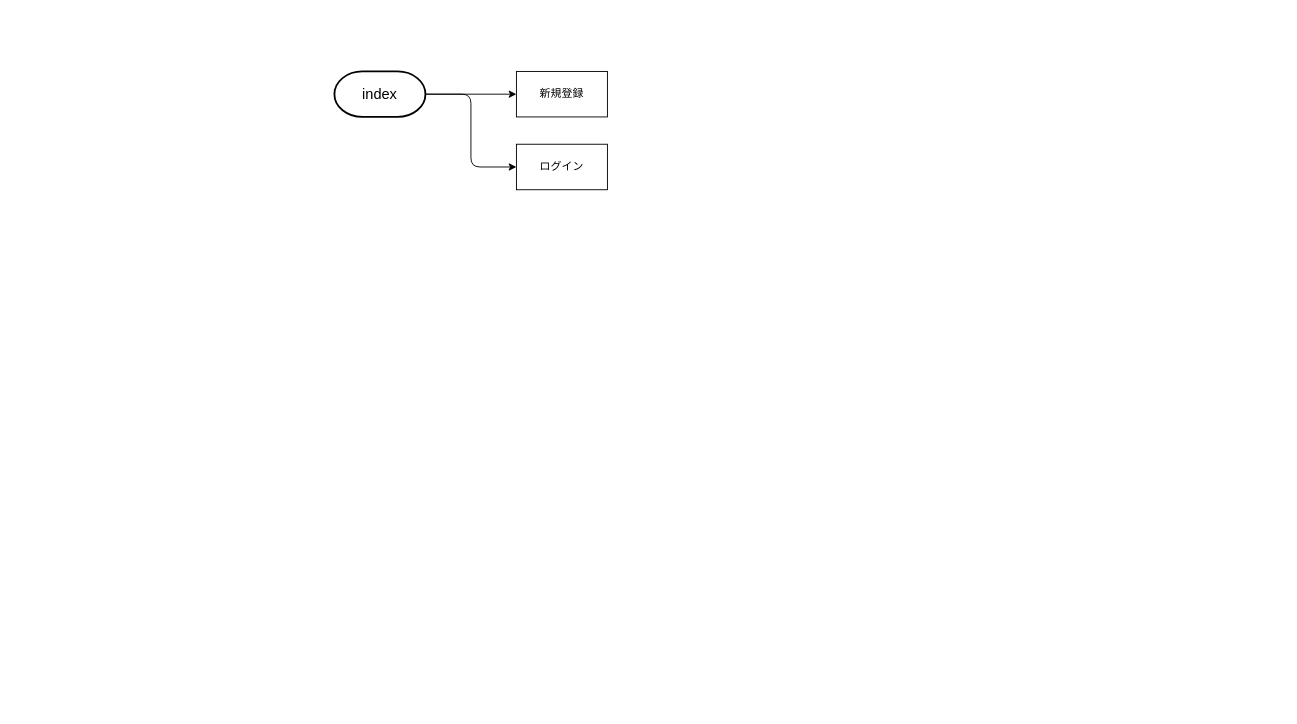
Above: 仕様書/flow.drawio in k-hasegawa1001/challecara2025 (draw.io), before the change. Source tidied: cells renumbered, new cells numbered last; positions are measured from the earlier drawing's top-left corner, leaving out a move shared by most shapes. Both pictures are drawn from the tidied source at 91%, with x=0, y=0 at pixel (334, 71).
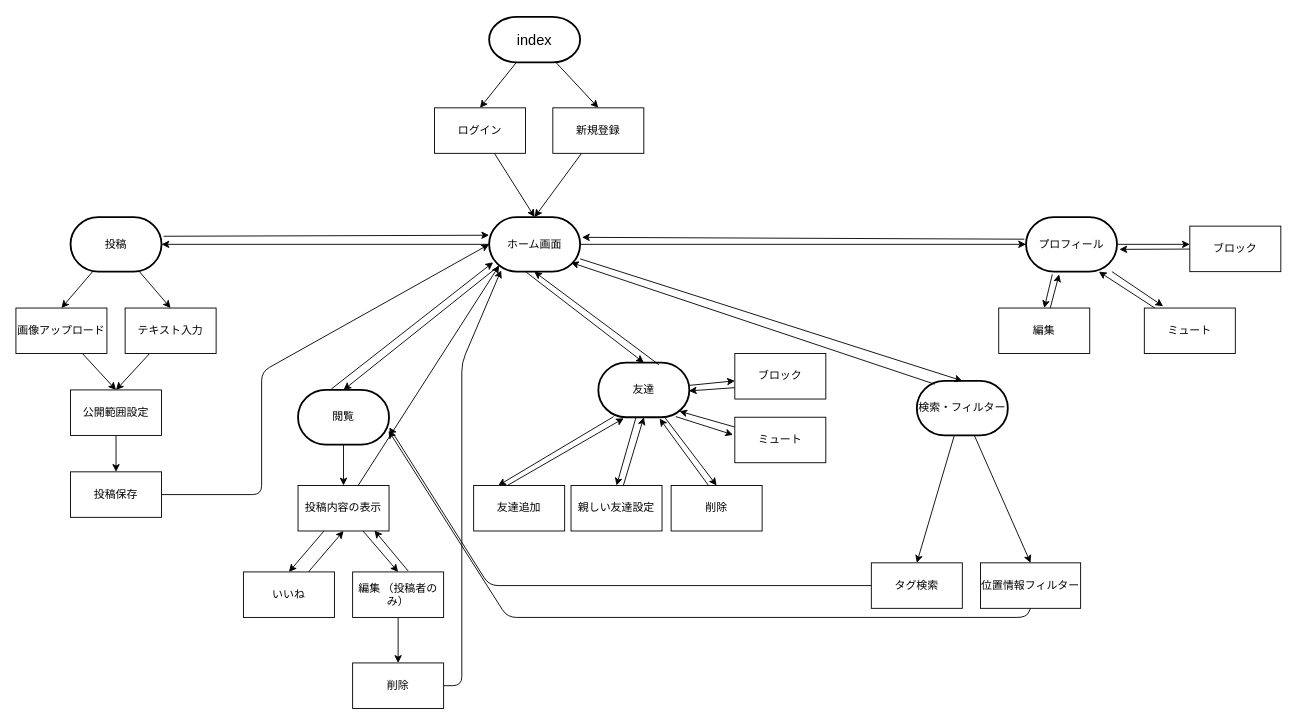
The same diagram, later.

Commit message:
(長谷川) フローチャート完成 - 1

What changed in the source:
```diff
@@
-    <mxCell id="2" style="edgeStyle=none;html=1;entryX=0;entryY=0.5;entryDx=0;entryDy=0;" parent="1" edge="1" source="4" target="6">
-      <mxGeometry relative="1" as="geometry">
-        <Array as="points">
-          <mxPoint x="150" y="25" />
-          <mxPoint x="150" y="105" />
-        </Array>
-      </mxGeometry>
+    <mxCell id="2" style="edgeStyle=none;html=1;entryX=0.5;entryY=0;entryDx=0;entryDy=0;" parent="1" edge="1" source="4" target="6">
+      <mxGeometry relative="1" as="geometry" />
     </mxCell>
-    <mxCell id="3" style="edgeStyle=none;html=1;entryX=0;entryY=0.5;entryDx=0;entryDy=0;" parent="1" edge="1" source="4" target="5">
-      <mxGeometry relative="1" as="geometry" />
-    </mxCell>
+    <mxCell id="7" style="edgeStyle=none;html=1;entryX=0.5;entryY=0;entryDx=0;entryDy=0;" parent="1" edge="1" source="4" target="5">
+      <mxGeometry relative="1" as="geometry" />
+    </mxCell>
     <mxCell id="4" value="&lt;font size=&quot;3&quot;&gt;index&lt;/font&gt;" style="strokeWidth=2;html=1;shape=mxgraph.flowchart.terminator;whiteSpace=wrap;" parent="1" vertex="1">
-      <mxGeometry width="100" height="50" as="geometry" />
+      <mxGeometry x="170" y="-60" width="100" height="50" as="geometry" />
     </mxCell>
     <mxCell id="5" value="新規登録" style="html=1;dashed=0;whiteSpace=wrap;" parent="1" vertex="1">
-      <mxGeometry x="200" width="100" height="50" as="geometry" />
+      <mxGeometry x="240" y="40" width="100" height="50" as="geometry" />
     </mxCell>
     <mxCell id="6" value="ログイン" style="html=1;dashed=0;whiteSpace=wrap;" parent="1" vertex="1">
-      <mxGeometry x="200" y="80" width="100" height="50" as="geometry" />
+      <mxGeometry x="110" y="40" width="100" height="50" as="geometry" />
     </mxCell>
+    <mxCell id="3" value="ホーム画面" style="strokeWidth=2;html=1;shape=mxgraph.flowchart.terminator;whiteSpace=wrap;" parent="1" vertex="1">
+      <mxGeometry x="170" y="160" width="100" height="60" as="geometry" />
+    </mxCell>
+    <mxCell id="8" style="edgeStyle=none;html=1;entryX=0.5;entryY=0;entryDx=0;entryDy=0;entryPerimeter=0;" parent="1" edge="1" source="6" target="3">
+      <mxGeometry relative="1" as="geometry" />
+    </mxCell>
+    <mxCell id="9" style="edgeStyle=none;html=1;entryX=0.5;entryY=0;entryDx=0;entryDy=0;entryPerimeter=0;" parent="1" edge="1" source="5" target="3">
+      <mxGeometry relative="1" as="geometry" />
+    </mxCell>
+    <mxCell id="10" style="edgeStyle=none;html=1;entryX=0.5;entryY=0;entryDx=0;entryDy=0;" parent="1" edge="1" source="12" target="32">
+      <mxGeometry relative="1" as="geometry" />
+    </mxCell>
+    <mxCell id="11" style="edgeStyle=none;html=1;entryX=0.5;entryY=0;entryDx=0;entryDy=0;" parent="1" edge="1" source="12" target="34">
+      <mxGeometry relative="1" as="geometry" />
+    </mxCell>
+    <mxCell id="12" value="投稿" style="strokeWidth=2;html=1;shape=mxgraph.flowchart.terminator;whiteSpace=wrap;" parent="1" vertex="1">
+      <mxGeometry x="-290" y="160" width="100" height="60" as="geometry" />
+    </mxCell>
+    <mxCell id="13" style="edgeStyle=none;html=1;entryX=1;entryY=0.5;entryDx=0;entryDy=0;entryPerimeter=0;" parent="1" edge="1" source="3" target="12">
+      <mxGeometry relative="1" as="geometry" />
+    </mxCell>
+    <mxCell id="14" style="edgeStyle=none;html=1;entryX=0.5;entryY=0;entryDx=0;entryDy=0;" parent="1" edge="1" source="15" target="42">
+      <mxGeometry relative="1" as="geometry" />
+    </mxCell>
+    <mxCell id="15" value="閲覧" style="strokeWidth=2;html=1;shape=mxgraph.flowchart.terminator;whiteSpace=wrap;" parent="1" vertex="1">
+      <mxGeometry x="-40" y="350" width="100" height="60" as="geometry" />
+    </mxCell>
+    <mxCell id="16" style="edgeStyle=none;html=1;entryX=0.5;entryY=0;entryDx=0;entryDy=0;exitX=0.169;exitY=0.988;exitDx=0;exitDy=0;exitPerimeter=0;" parent="1" edge="1" source="20">
+      <mxGeometry relative="1" as="geometry">
+        <mxPoint x="180" y="455" as="targetPoint" />
+      </mxGeometry>
+    </mxCell>
+    <mxCell id="17" style="edgeStyle=none;html=1;entryX=0.5;entryY=0;entryDx=0;entryDy=0;" parent="1" edge="1" source="20" target="51">
+      <mxGeometry relative="1" as="geometry" />
+    </mxCell>
+    <mxCell id="18" style="edgeStyle=none;html=1;entryX=0;entryY=0.6;entryDx=0;entryDy=0;entryPerimeter=0;" parent="1" edge="1" source="20" target="55">
+      <mxGeometry relative="1" as="geometry" />
+    </mxCell>
+    <mxCell id="19" style="edgeStyle=none;html=1;entryX=0.5;entryY=0;entryDx=0;entryDy=0;" parent="1" edge="1" source="20" target="58">
+      <mxGeometry relative="1" as="geometry" />
+    </mxCell>
+    <mxCell id="20" value="友達" style="strokeWidth=2;html=1;shape=mxgraph.flowchart.terminator;whiteSpace=wrap;" parent="1" vertex="1">
+      <mxGeometry x="290" y="320" width="100" height="60" as="geometry" />
+    </mxCell>
+    <mxCell id="21" style="edgeStyle=none;html=1;entryX=0.5;entryY=0;entryDx=0;entryDy=0;" parent="1" edge="1" source="23" target="63">
+      <mxGeometry relative="1" as="geometry" />
+    </mxCell>
+    <mxCell id="22" style="edgeStyle=none;html=1;entryX=0.5;entryY=0;entryDx=0;entryDy=0;" parent="1" edge="1" source="23" target="65">
+      <mxGeometry relative="1" as="geometry" />
+    </mxCell>
+    <mxCell id="23" value="検索・フィルター" style="strokeWidth=2;html=1;shape=mxgraph.flowchart.terminator;whiteSpace=wrap;" parent="1" vertex="1">
+      <mxGeometry x="640" y="340" width="100" height="60" as="geometry" />
+    </mxCell>
+    <mxCell id="24" style="edgeStyle=none;html=1;entryX=0.5;entryY=0;entryDx=0;entryDy=0;exitX=0.289;exitY=1.05;exitDx=0;exitDy=0;exitPerimeter=0;" parent="1" edge="1" source="26" target="66">
+      <mxGeometry relative="1" as="geometry" />
+    </mxCell>
+    <mxCell id="25" style="edgeStyle=none;html=1;" parent="1" edge="1" source="26">
+      <mxGeometry relative="1" as="geometry">
+        <mxPoint x="940" y="190" as="targetPoint" />
+      </mxGeometry>
+    </mxCell>
+    <mxCell id="26" value="プロフィール" style="strokeWidth=2;html=1;shape=mxgraph.flowchart.terminator;whiteSpace=wrap;" parent="1" vertex="1">
+      <mxGeometry x="760" y="160" width="100" height="60" as="geometry" />
+    </mxCell>
+    <mxCell id="27" style="edgeStyle=none;html=1;entryX=0.5;entryY=0;entryDx=0;entryDy=0;entryPerimeter=0;exitX=0.11;exitY=0.89;exitDx=0;exitDy=0;exitPerimeter=0;" parent="1" edge="1" source="3" target="15">
+      <mxGeometry relative="1" as="geometry" />
+    </mxCell>
+    <mxCell id="28" style="edgeStyle=none;html=1;entryX=0.5;entryY=0;entryDx=0;entryDy=0;entryPerimeter=0;" parent="1" edge="1" target="20">
+      <mxGeometry relative="1" as="geometry">
+        <mxPoint x="210" y="220" as="sourcePoint" />
+      </mxGeometry>
+    </mxCell>
+    <mxCell id="29" style="edgeStyle=none;html=1;entryX=0.5;entryY=0;entryDx=0;entryDy=0;entryPerimeter=0;" parent="1" edge="1" source="3" target="23">
+      <mxGeometry relative="1" as="geometry" />
+    </mxCell>
+    <mxCell id="30" style="edgeStyle=none;html=1;" parent="1" edge="1" source="3" target="26">
+      <mxGeometry relative="1" as="geometry" />
+    </mxCell>
+    <mxCell id="31" style="edgeStyle=none;html=1;entryX=0.5;entryY=0;entryDx=0;entryDy=0;" parent="1" edge="1" source="32" target="36">
+      <mxGeometry relative="1" as="geometry" />
+    </mxCell>
+    <mxCell id="32" value="画像アップロード" style="html=1;dashed=0;whiteSpace=wrap;" parent="1" vertex="1">
+      <mxGeometry x="-350" y="260" width="100" height="50" as="geometry" />
+    </mxCell>
+    <mxCell id="33" style="edgeStyle=none;html=1;entryX=0.5;entryY=0;entryDx=0;entryDy=0;" parent="1" edge="1" source="34" target="36">
+      <mxGeometry relative="1" as="geometry" />
+    </mxCell>
+    <mxCell id="34" value="テキスト入力" style="html=1;dashed=0;whiteSpace=wrap;" parent="1" vertex="1">
+      <mxGeometry x="-230" y="260" width="100" height="50" as="geometry" />
+    </mxCell>
+    <mxCell id="35" style="edgeStyle=none;html=1;entryX=0.5;entryY=0;entryDx=0;entryDy=0;" parent="1" edge="1" source="36" target="37">
+      <mxGeometry relative="1" as="geometry" />
+    </mxCell>
+    <mxCell id="36" value="公開範囲設定" style="html=1;dashed=0;whiteSpace=wrap;" parent="1" vertex="1">
+      <mxGeometry x="-290" y="350" width="100" height="50" as="geometry" />
+    </mxCell>
+    <mxCell id="37" value="投稿保存" style="html=1;dashed=0;whiteSpace=wrap;" parent="1" vertex="1">
+      <mxGeometry x="-290" y="440" width="100" height="50" as="geometry" />
+    </mxCell>
+    <mxCell id="38" style="edgeStyle=none;html=1;entryX=0;entryY=0.5;entryDx=0;entryDy=0;entryPerimeter=0;" parent="1" edge="1" source="37" target="3">
+      <mxGeometry relative="1" as="geometry">
+        <Array as="points">
+          <mxPoint x="-80" y="465" />
+          <mxPoint x="-80" y="330" />
+        </Array>
+      </mxGeometry>
+    </mxCell>
+    <mxCell id="39" style="edgeStyle=none;html=1;entryX=0.5;entryY=0;entryDx=0;entryDy=0;" parent="1" edge="1" source="42" target="44">
+      <mxGeometry relative="1" as="geometry" />
+    </mxCell>
+    <mxCell id="40" style="edgeStyle=none;html=1;entryX=0.5;entryY=0;entryDx=0;entryDy=0;" parent="1" edge="1" source="42" target="49">
+      <mxGeometry relative="1" as="geometry" />
+    </mxCell>
+    <mxCell id="41" style="edgeStyle=none;html=1;entryX=0.11;entryY=0.89;entryDx=0;entryDy=0;entryPerimeter=0;" parent="1" edge="1" source="42" target="3">
+      <mxGeometry relative="1" as="geometry" />
+    </mxCell>
+    <mxCell id="42" value="投稿内容の表示" style="html=1;dashed=0;whiteSpace=wrap;" parent="1" vertex="1">
+      <mxGeometry x="-40" y="455" width="100" height="50" as="geometry" />
+    </mxCell>
+    <mxCell id="43" style="edgeStyle=none;html=1;entryX=0.5;entryY=1;entryDx=0;entryDy=0;" parent="1" edge="1" source="44" target="42">
+      <mxGeometry relative="1" as="geometry" />
+    </mxCell>
+    <mxCell id="44" value="いいね" style="html=1;dashed=0;whiteSpace=wrap;" parent="1" vertex="1">
+      <mxGeometry x="-100" y="550" width="100" height="50" as="geometry" />
+    </mxCell>
+    <mxCell id="45" style="edgeStyle=none;html=1;entryX=0.89;entryY=0.89;entryDx=0;entryDy=0;entryPerimeter=0;" parent="1" edge="1" source="60" target="20">
+      <mxGeometry relative="1" as="geometry" />
+    </mxCell>
+    <mxCell id="46" value="削除" style="html=1;dashed=0;whiteSpace=wrap;" parent="1" vertex="1">
+      <mxGeometry x="20" y="650" width="100" height="50" as="geometry" />
+    </mxCell>
+    <mxCell id="47" style="edgeStyle=none;html=1;entryX=0.5;entryY=0;entryDx=0;entryDy=0;" parent="1" edge="1" source="49" target="46">
+      <mxGeometry relative="1" as="geometry" />
+    </mxCell>
+    <mxCell id="48" style="edgeStyle=none;html=1;entryX=0.84;entryY=0.99;entryDx=0;entryDy=0;exitX=0.61;exitY=-0.021;exitDx=0;exitDy=0;exitPerimeter=0;entryPerimeter=0;" parent="1" edge="1" source="49" target="42">
+      <mxGeometry relative="1" as="geometry" />
+    </mxCell>
+    <mxCell id="49" value="編集&lt;span style=&quot;white-space: pre;&quot;&gt;&#9;&lt;/span&gt;（投稿者のみ）" style="html=1;dashed=0;whiteSpace=wrap;" parent="1" vertex="1">
+      <mxGeometry x="20" y="550" width="100" height="50" as="geometry" />
+    </mxCell>
+    <mxCell id="50" value="友達追加" style="html=1;dashed=0;whiteSpace=wrap;" parent="1" vertex="1">
+      <mxGeometry x="153" y="455" width="100" height="50" as="geometry" />
+    </mxCell>
+    <mxCell id="51" value="親しい友達設定" style="html=1;dashed=0;whiteSpace=wrap;" parent="1" vertex="1">
+      <mxGeometry x="260" y="455" width="100" height="50" as="geometry" />
+    </mxCell>
+    <mxCell id="52" style="edgeStyle=none;html=1;entryX=0.5;entryY=1;entryDx=0;entryDy=0;entryPerimeter=0;" parent="1" edge="1" source="51" target="20">
+      <mxGeometry relative="1" as="geometry" />
+    </mxCell>
+    <mxCell id="53" style="edgeStyle=none;html=1;entryX=0.28;entryY=1.019;entryDx=0;entryDy=0;entryPerimeter=0;" parent="1" edge="1" target="20">
+      <mxGeometry relative="1" as="geometry">
+        <mxPoint x="190" y="455" as="sourcePoint" />
+      </mxGeometry>
+    </mxCell>
+    <mxCell id="54" style="edgeStyle=none;html=1;entryX=0.5;entryY=1;entryDx=0;entryDy=0;entryPerimeter=0;exitX=0.666;exitY=0.038;exitDx=0;exitDy=0;exitPerimeter=0;" parent="1" edge="1" source="20">
+      <mxGeometry relative="1" as="geometry">
+        <mxPoint x="219.6" y="220" as="targetPoint" />
+      </mxGeometry>
+    </mxCell>
+    <mxCell id="55" value="ブロック" style="html=1;dashed=0;whiteSpace=wrap;" parent="1" vertex="1">
+      <mxGeometry x="440" y="310" width="100" height="50" as="geometry" />
+    </mxCell>
+    <mxCell id="56" style="edgeStyle=none;html=1;entryX=0.89;entryY=0.89;entryDx=0;entryDy=0;entryPerimeter=0;exitX=0;exitY=0.75;exitDx=0;exitDy=0;" parent="1" edge="1" source="55">
+      <mxGeometry relative="1" as="geometry">
+        <mxPoint x="389.5" y="351.1" as="targetPoint" />
+      </mxGeometry>
+    </mxCell>
+    <mxCell id="57" style="edgeStyle=none;html=1;entryX=0.673;entryY=1.025;entryDx=0;entryDy=0;entryPerimeter=0;exitX=0.421;exitY=0.027;exitDx=0;exitDy=0;exitPerimeter=0;" parent="1" edge="1" source="58" target="20">
+      <mxGeometry relative="1" as="geometry" />
+    </mxCell>
+    <mxCell id="58" value="削除" style="html=1;dashed=0;whiteSpace=wrap;" parent="1" vertex="1">
+      <mxGeometry x="370" y="455" width="100" height="50" as="geometry" />
+    </mxCell>
+    <mxCell id="59" style="edgeStyle=none;html=1;entryX=0.132;entryY=0.976;entryDx=0;entryDy=0;entryPerimeter=0;" parent="1" edge="1" source="46" target="3">
+      <mxGeometry relative="1" as="geometry">
+        <Array as="points">
+          <mxPoint x="140" y="675" />
+          <mxPoint x="140" y="320" />
+        </Array>
+      </mxGeometry>
+    </mxCell>
+    <mxCell id="60" value="ミュート" style="html=1;dashed=0;whiteSpace=wrap;" parent="1" vertex="1">
+      <mxGeometry x="440" y="380" width="100" height="50" as="geometry" />
+    </mxCell>
+    <mxCell id="61" style="edgeStyle=none;html=1;entryX=-0.02;entryY=0.386;entryDx=0;entryDy=0;entryPerimeter=0;exitX=0.851;exitY=0.988;exitDx=0;exitDy=0;exitPerimeter=0;" parent="1" edge="1" source="20" target="60">
+      <mxGeometry relative="1" as="geometry" />
+    </mxCell>
+    <mxCell id="62" style="edgeStyle=none;html=1;entryX=1.003;entryY=0.686;entryDx=0;entryDy=0;entryPerimeter=0;" parent="1" edge="1" source="63" target="15">
+      <mxGeometry relative="1" as="geometry">
+        <Array as="points">
+          <mxPoint x="170" y="565" />
+        </Array>
+      </mxGeometry>
+    </mxCell>
+    <mxCell id="63" value="タグ検索" style="html=1;dashed=0;whiteSpace=wrap;" parent="1" vertex="1">
+      <mxGeometry x="590" y="540" width="100" height="50" as="geometry" />
+    </mxCell>
+    <mxCell id="64" style="edgeStyle=none;html=1;entryX=0.995;entryY=0.748;entryDx=0;entryDy=0;entryPerimeter=0;exitX=0.5;exitY=1;exitDx=0;exitDy=0;" parent="1" edge="1" source="65" target="15">
+      <mxGeometry relative="1" as="geometry">
+        <Array as="points">
+          <mxPoint x="760" y="600" />
+          <mxPoint x="190" y="600" />
+        </Array>
+      </mxGeometry>
+    </mxCell>
+    <mxCell id="65" value="位置情報フィルター" style="html=1;dashed=0;whiteSpace=wrap;" parent="1" vertex="1">
+      <mxGeometry x="710" y="540" width="110" height="50" as="geometry" />
+    </mxCell>
+    <mxCell id="66" value="編集" style="html=1;dashed=0;whiteSpace=wrap;" parent="1" vertex="1">
+      <mxGeometry x="730" y="260" width="100" height="50" as="geometry" />
+    </mxCell>
+    <mxCell id="67" style="edgeStyle=none;html=1;entryX=0.364;entryY=1.05;entryDx=0;entryDy=0;entryPerimeter=0;" parent="1" edge="1" source="66" target="26">
+      <mxGeometry relative="1" as="geometry" />
+    </mxCell>
+    <mxCell id="68" value="ミュート" style="html=1;dashed=0;whiteSpace=wrap;" parent="1" vertex="1">
+      <mxGeometry x="890" y="260" width="100" height="50" as="geometry" />
+    </mxCell>
+    <mxCell id="69" value="ブロック" style="html=1;dashed=0;whiteSpace=wrap;" parent="1" vertex="1">
+      <mxGeometry x="940" y="170" width="100" height="50" as="geometry" />
+    </mxCell>
+    <mxCell id="70" style="edgeStyle=none;html=1;entryX=0.207;entryY=-0.04;entryDx=0;entryDy=0;entryPerimeter=0;" parent="1" edge="1" source="26" target="68">
+      <mxGeometry relative="1" as="geometry" />
+    </mxCell>
+    <mxCell id="71" style="edgeStyle=none;html=1;entryX=0.8;entryY=1;entryDx=0;entryDy=0;entryPerimeter=0;" parent="1" edge="1" source="68" target="26">
+      <mxGeometry relative="1" as="geometry" />
+    </mxCell>
+    <mxCell id="72" style="edgeStyle=none;html=1;entryX=1.026;entryY=0.592;entryDx=0;entryDy=0;entryPerimeter=0;" parent="1" edge="1" source="69" target="26">
+      <mxGeometry relative="1" as="geometry" />
+    </mxCell>
+    <mxCell id="73" style="edgeStyle=none;html=1;exitX=0.196;exitY=0.061;exitDx=0;exitDy=0;exitPerimeter=0;" parent="1" edge="1" source="23">
+      <mxGeometry relative="1" as="geometry">
+        <mxPoint x="260" y="210" as="targetPoint" />
+      </mxGeometry>
+    </mxCell>
+    <mxCell id="74" style="edgeStyle=none;html=1;entryX=1.02;entryY=0.372;entryDx=0;entryDy=0;entryPerimeter=0;exitX=-0.018;exitY=0.406;exitDx=0;exitDy=0;exitPerimeter=0;" parent="1" edge="1" source="26" target="3">
+      <mxGeometry relative="1" as="geometry" />
+    </mxCell>
+    <mxCell id="75" style="edgeStyle=none;html=1;entryX=0;entryY=0.333;entryDx=0;entryDy=0;entryPerimeter=0;exitX=1.023;exitY=0.352;exitDx=0;exitDy=0;exitPerimeter=0;" parent="1" edge="1" source="12" target="3">
+      <mxGeometry relative="1" as="geometry" />
+    </mxCell>
+    <mxCell id="76" style="edgeStyle=none;html=1;entryX=0.044;entryY=0.829;entryDx=0;entryDy=0;entryPerimeter=0;exitX=0.366;exitY=-0.017;exitDx=0;exitDy=0;exitPerimeter=0;" parent="1" edge="1" source="15" target="3">
+      <mxGeometry relative="1" as="geometry" />
+    </mxCell>
```
